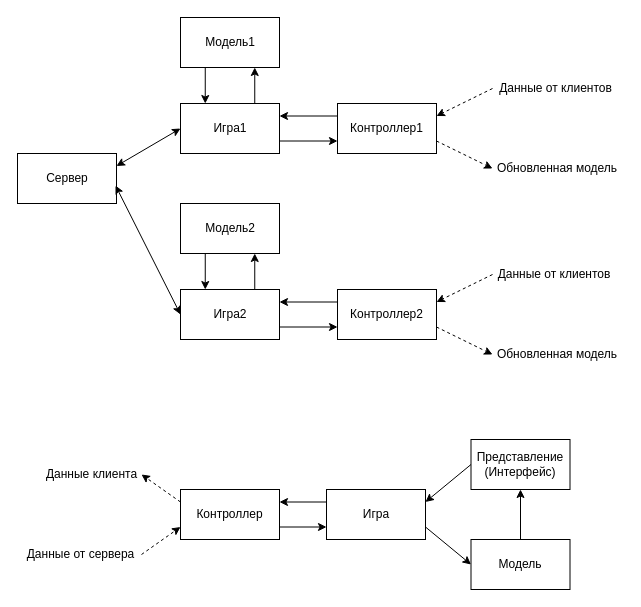
Above: Untitled Diagram.drawio in ritasm1704/diplom2 (draw.io), before the change. Source tidied: cells renumbered, new cells numbered last; positions are measured from the earlier drawing's top-left corner, leaving out a move shared by most shapes. Both pictures are drawn from the tidied source at 100%, with x=0, y=0 at pixel (17, 17).
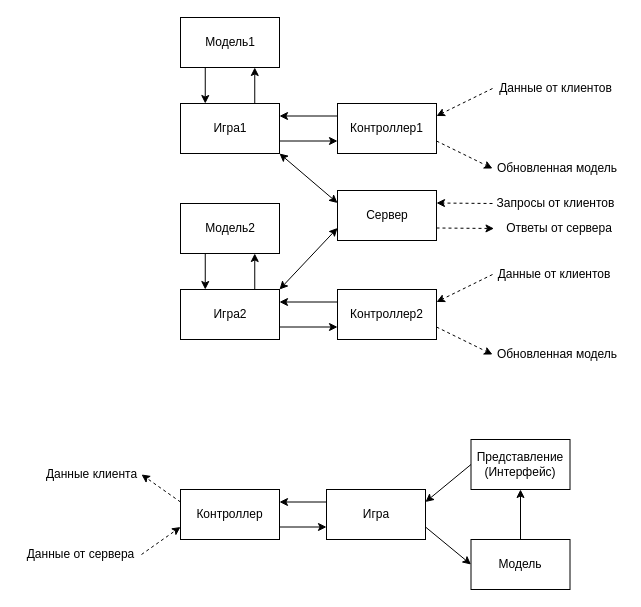
Above is the later version.

The change refers to these unchanged cells:
```xml
<mxCell id="5" style="rounded=0;whiteSpace=wrap;html=1;" parent="1" vertex="1">
  <mxGeometry x="163" y="86" width="99" height="50" as="geometry" />
</mxCell>
<mxCell id="16" style="rounded=0;whiteSpace=wrap;html=1;" parent="1" vertex="1">
  <mxGeometry x="163" y="272" width="99" height="50" as="geometry" />
</mxCell>
```

What changed in the source:
```diff
@@
     <mxCell id="4" style="rounded=0;whiteSpace=wrap;html=1;" parent="1" vertex="1">
-      <mxGeometry y="136" width="99" height="50" as="geometry" />
+      <mxGeometry x="320" y="173" width="99" height="50" as="geometry" />
     </mxCell>
@@
     <mxCell id="6" value="Сервер" style="text;html=1;strokeColor=none;fillColor=none;align=center;verticalAlign=middle;whiteSpace=wrap;rounded=0;" parent="1" vertex="1">
-      <mxGeometry x="19.5" y="146" width="60" height="30" as="geometry" />
+      <mxGeometry x="339.5" y="183" width="60" height="30" as="geometry" />
     </mxCell>
@@
-    <mxCell id="24" style="endArrow=classic;startArrow=classic;html=1;rounded=0;entryX=0;entryY=0.5;entryDx=0;entryDy=0;exitX=1;exitY=0.25;exitDx=0;exitDy=0;" parent="1" edge="1" source="4" target="5">
+    <mxCell id="24" style="endArrow=classic;startArrow=classic;html=1;rounded=0;entryX=1;entryY=1;entryDx=0;entryDy=0;exitX=0;exitY=0.25;exitDx=0;exitDy=0;" parent="1" edge="1" source="4" target="5">
       <mxGeometry relative="1" as="geometry" />
     </mxCell>
-    <mxCell id="25" style="endArrow=classic;startArrow=classic;html=1;rounded=0;entryX=0;entryY=0.5;entryDx=0;entryDy=0;exitX=0.99;exitY=0.64;exitDx=0;exitDy=0;exitPerimeter=0;" parent="1" edge="1" source="4" target="16">
+    <mxCell id="25" style="endArrow=classic;startArrow=classic;html=1;rounded=0;entryX=1;entryY=0;entryDx=0;entryDy=0;exitX=0;exitY=0.75;exitDx=0;exitDy=0;" parent="1" edge="1" source="4" target="16">
       <mxGeometry relative="1" as="geometry" />
     </mxCell>
@@
+    <mxCell id="51" value="Запросы от клиентов" style="text;html=1;strokeColor=none;fillColor=none;align=center;verticalAlign=middle;whiteSpace=wrap;rounded=0;dashed=1;" parent="1" vertex="1">
+      <mxGeometry x="475" y="171" width="127" height="30" as="geometry" />
+    </mxCell>
+    <mxCell id="52" style="endArrow=classic;html=1;rounded=0;exitX=1;exitY=0.75;exitDx=0;exitDy=0;dashed=1;entryX=0;entryY=0.5;entryDx=0;entryDy=0;" parent="1" edge="1" source="4" target="54">
+      <mxGeometry relative="1" as="geometry" />
+    </mxCell>
+    <mxCell id="53" style="endArrow=classic;html=1;rounded=0;entryX=1;entryY=0.25;entryDx=0;entryDy=0;exitX=0;exitY=0.5;exitDx=0;exitDy=0;dashed=1;" parent="1" edge="1" source="51" target="4">
+      <mxGeometry relative="1" as="geometry" />
+    </mxCell>
+    <mxCell id="54" value="Ответы от сервера" style="text;html=1;strokeColor=none;fillColor=none;align=center;verticalAlign=middle;whiteSpace=wrap;rounded=0;dashed=1;" parent="1" vertex="1">
+      <mxGeometry x="476.5" y="196" width="130" height="30" as="geometry" />
+    </mxCell>
```
